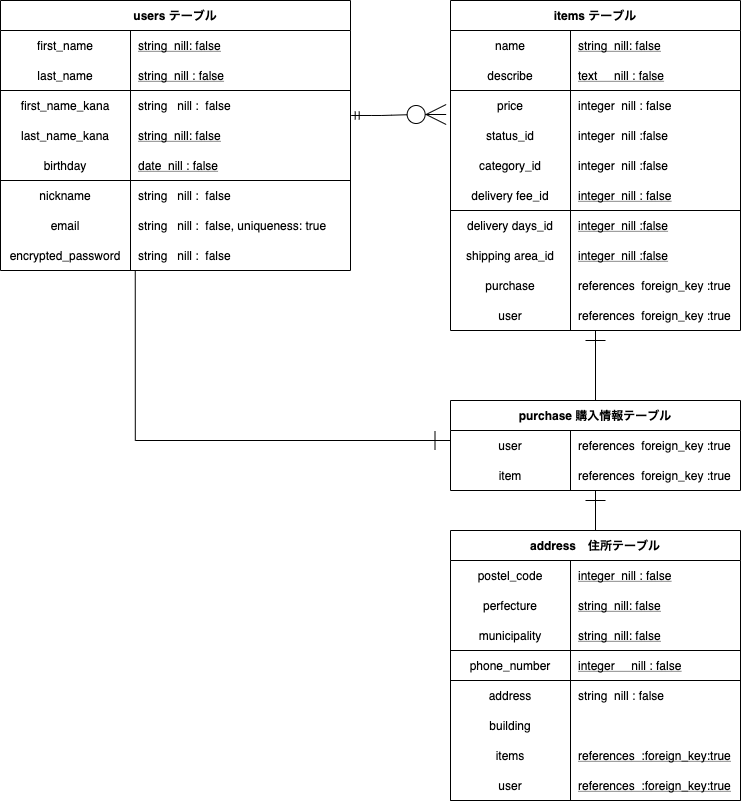
The draw.io diagram ER_map.drawio.png in zerechi-m/furima-34474, before a commit. Source tidied: cells renumbered, new cells last; positions are measured from the earlier drawing's top-left corner, leaving out a move shared by most shapes.
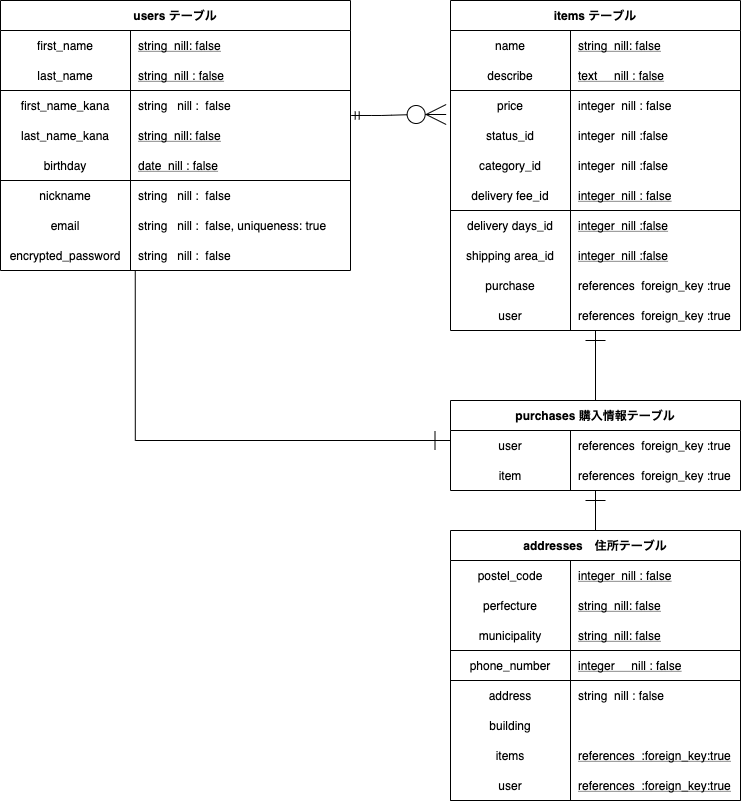
The same diagram one commit later.

Commit message:
ER図・README修正6

What changed in the source:
```diff
@@ -173,7 +173,7 @@
     <mxCell id="58" style="edgeStyle=none;rounded=1;jettySize=auto;html=1;exitX=0.5;exitY=0;exitDx=0;exitDy=0;startSize=9;endArrow=ERone;endFill=0;endSize=18;strokeWidth=1;fontColor=#f0f0f0;" parent="1" edge="1" source="59" target="91">
       <mxGeometry relative="1" as="geometry" />
     </mxCell>
-    <mxCell id="59" value="address　住所テーブル" style="shape=table;startSize=30;rowLines=0;fontStyle=1;align=center;" parent="1" vertex="1">
+    <mxCell id="59" value="addresses　住所テーブル" style="shape=table;startSize=30;rowLines=0;fontStyle=1;align=center;" parent="1" vertex="1">
       <mxGeometry x="450" y="530" width="290" height="270" as="geometry" />
     </mxCell>
     <mxCell id="60" style="shape=partialRectangle;fillColor=none;top=0;left=0;bottom=0;right=0;" parent="59" vertex="1">
@@ -263,7 +263,7 @@
     <mxCell id="86" style="edgeStyle=none;rounded=1;jettySize=auto;html=1;exitX=0.5;exitY=0;exitDx=0;exitDy=0;startSize=9;endArrow=ERone;endFill=0;endSize=18;strokeWidth=1;fontColor=#f0f0f0;" parent="1" edge="1" source="87" target="55">
       <mxGeometry relative="1" as="geometry" />
     </mxCell>
-    <mxCell id="87" value="purchase 購入情報テーブル" style="shape=table;startSize=30;rowLines=0;fontStyle=1;align=center;" parent="1" vertex="1">
+    <mxCell id="87" value="purchases 購入情報テーブル" style="shape=table;startSize=30;rowLines=0;fontStyle=1;align=center;" parent="1" vertex="1">
       <mxGeometry x="450" y="400" width="290" height="90" as="geometry" />
     </mxCell>
     <mxCell id="88" style="shape=partialRectangle;fillColor=none;top=0;left=0;bottom=0;right=0;" parent="87" vertex="1">
```
